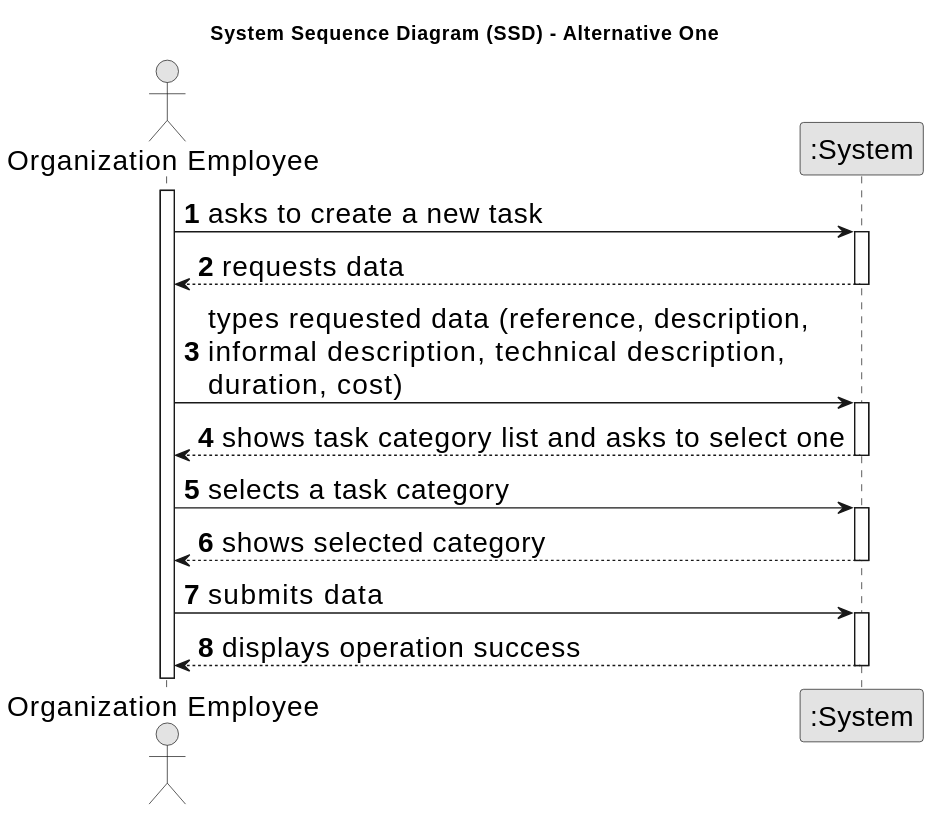
TiagoMagalhaes1232507/Testando-projeto keeps this PlantUML diagram as docs/sprint01/us011/01.requirements-engineering/svg/us006-system-sequence-diagram-alternative-one.svg. Above is the earlier version. The source it was exported from:
```plantuml
@startuml
skinparamlocked defaultFontSize 20
skinparam monochrome true
skinparam packageStyle rectangle
skinparam shadowing false

title System Sequence Diagram (SSD) - Alternative One

autonumber

actor "Organization Employee" as Employee
participant ":System" as System

activate Employee

    Employee -> System : asks to create a new task
    activate System

        System --> Employee : requests data
    deactivate System

    Employee -> System : types requested data (reference, description, \ninformal description, technical description,\nduration, cost)
    activate System

        System --> Employee : shows task category list and asks to select one
    deactivate System

    Employee -> System : selects a task category
    activate System

        System --> Employee : shows selected category
    deactivate System

    Employee -> System : submits data
    activate System

        System --> Employee : displays operation success
    deactivate System
@enduml
```
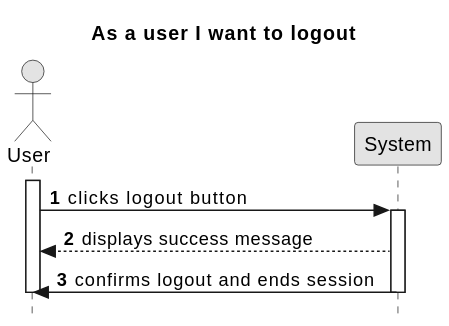
Above is the later version.

What changed in the source:
```diff
@@ -1,39 +1,25 @@
 @startuml
-skinparamlocked defaultFontSize 20
 skinparam monochrome true
 skinparam packageStyle rectangle
 skinparam shadowing false
+skinparam style strictuml
 
-title System Sequence Diagram (SSD) - Alternative One
+title As a user I want to logout
 
 autonumber
 
-actor "Organization Employee" as Employee
-participant ":System" as System
+actor "User" as RegisteredUser
+participant "System" as System
 
-activate Employee
+activate RegisteredUser
 
-    Employee -> System : asks to create a new task
-    activate System
+RegisteredUser -> System : clicks logout button
+activate System
 
-        System --> Employee : requests data
-    deactivate System
+System --> RegisteredUser : displays success message
 
-    Employee -> System : types requested data (reference, description, \ninformal description, technical description,\nduration, cost)
-    activate System
+System -> RegisteredUser : confirms logout and ends session
 
-        System --> Employee : shows task category list and asks to select one
-    deactivate System
-
-    Employee -> System : selects a task category
-    activate System
-
-        System --> Employee : shows selected category
-    deactivate System
-
-    Employee -> System : submits data
-    activate System
-
-        System --> Employee : displays operation success
-    deactivate System
+deactivate System
+deactivate RegisteredUser
 @enduml
```
